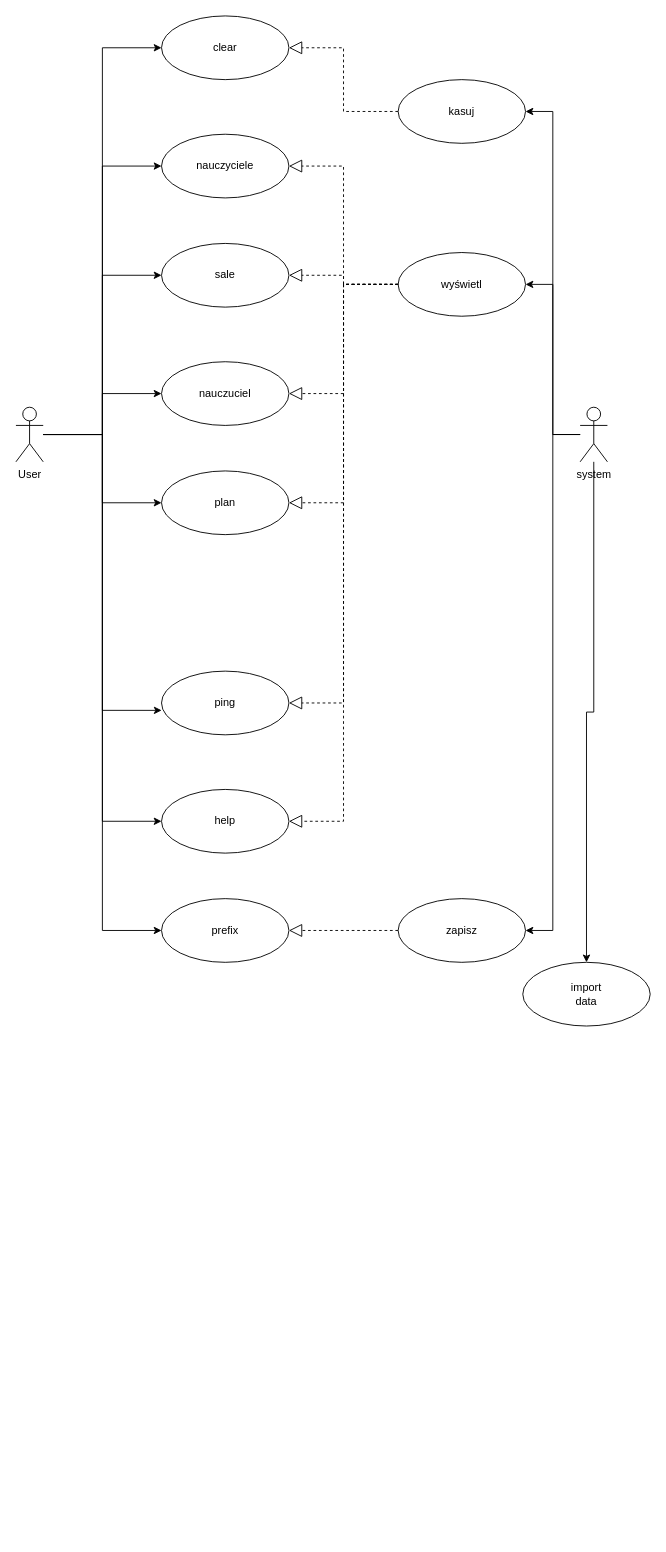
Earlier version of the draw.io diagram przypadki urzycia bota.drawio (Sadowski-Krystian/Discord-Bot-School-Project). Source tidied: cells renumbered, new cells numbered last; positions are measured from the earlier drawing's top-left corner, leaving out a move shared by most shapes. Both pictures are drawn from the tidied source at 91%, with x=0, y=0 at pixel (15, 15).
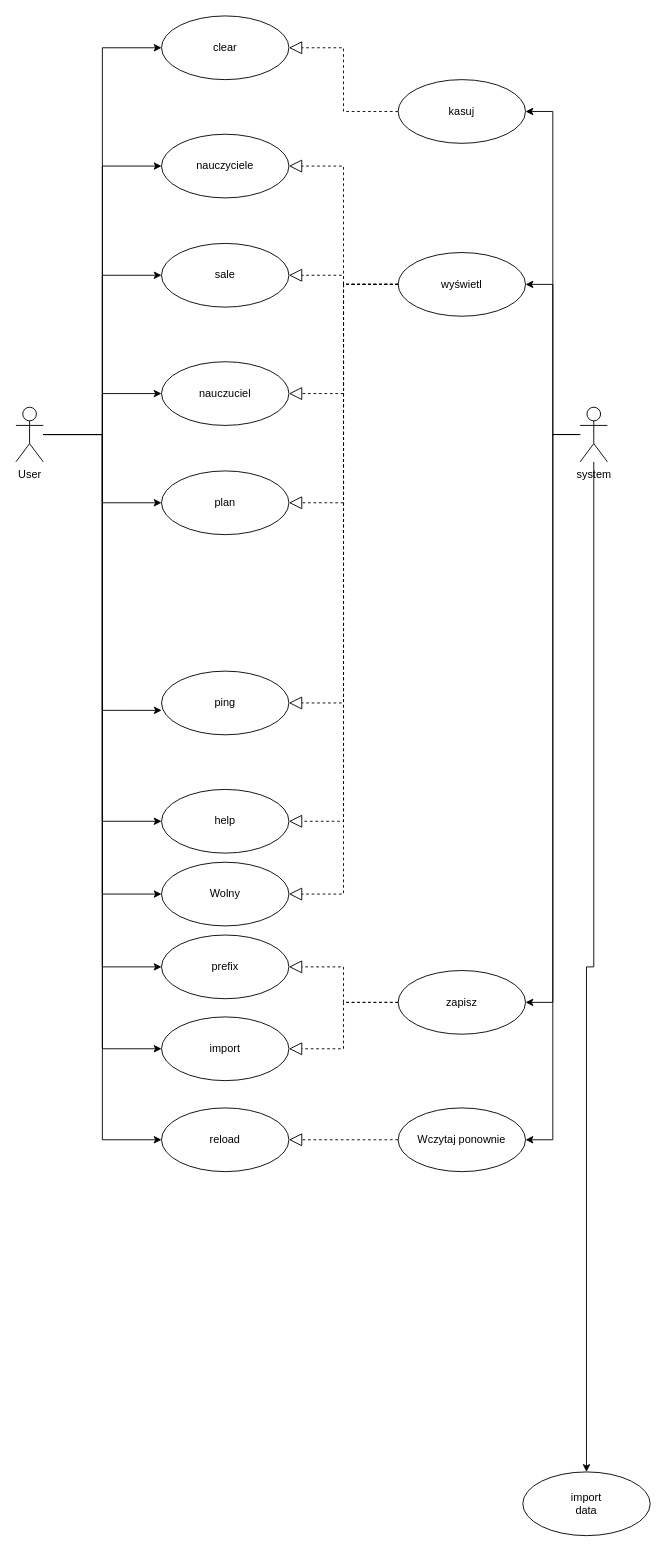
The same diagram, later.

The change refers to these unchanged cells:
```xml
<mxCell id="10" value="&lt;div&gt;User&lt;/div&gt;" style="shape=umlActor;verticalLabelPosition=bottom;verticalAlign=top;html=1;outlineConnect=0;" parent="1" vertex="1">
  <mxGeometry y="430" width="30" height="60" as="geometry" />
</mxCell>
<mxCell id="23" value="system" style="shape=umlActor;verticalLabelPosition=bottom;verticalAlign=top;html=1;" parent="1" vertex="1">
  <mxGeometry x="620" y="430" width="30" height="60" as="geometry" />
</mxCell>
<mxCell id="24" value="wyświetl" style="ellipse;whiteSpace=wrap;html=1;" parent="1" vertex="1">
  <mxGeometry x="420" y="260" width="140" height="70" as="geometry" />
</mxCell>
```

The edit, as a diff of the source:
```diff
@@
+    <mxCell id="36" style="edgeStyle=orthogonalEdgeStyle;rounded=0;jettySize=auto;html=1;entryX=0;entryY=0.5;entryDx=0;entryDy=0;" parent="1" edge="1" source="10" target="41">
+      <mxGeometry relative="1" as="geometry" />
+    </mxCell>
+    <mxCell id="37" style="edgeStyle=orthogonalEdgeStyle;rounded=0;jettySize=auto;html=1;entryX=0;entryY=0.5;entryDx=0;entryDy=0;" parent="1" edge="1" source="10" target="42">
+      <mxGeometry relative="1" as="geometry" />
+    </mxCell>
+    <mxCell id="38" style="edgeStyle=orthogonalEdgeStyle;rounded=0;jettySize=auto;html=1;entryX=0;entryY=0.5;entryDx=0;entryDy=0;" parent="1" edge="1" source="10" target="40">
+      <mxGeometry relative="1" as="geometry" />
+    </mxCell>
@@
     <mxCell id="11" value="&lt;div&gt;prefix&lt;/div&gt;" style="ellipse;whiteSpace=wrap;html=1;" parent="1" vertex="1">
-      <mxGeometry x="160" y="970" width="140" height="70" as="geometry" />
+      <mxGeometry x="160" y="1010" width="140" height="70" as="geometry" />
     </mxCell>
@@
+    <mxCell id="39" style="edgeStyle=orthogonalEdgeStyle;rounded=0;jettySize=auto;html=1;entryX=1;entryY=0.5;entryDx=0;entryDy=0;" parent="1" edge="1" source="23" target="45">
+      <mxGeometry relative="1" as="geometry" />
+    </mxCell>
@@
     <mxCell id="25" value="zapisz" style="ellipse;whiteSpace=wrap;html=1;" parent="1" vertex="1">
-      <mxGeometry x="420" y="970" width="140" height="70" as="geometry" />
+      <mxGeometry x="420" y="1049" width="140" height="70" as="geometry" />
     </mxCell>
@@
     <mxCell id="35" value="&lt;div&gt;import&lt;/div&gt;&lt;div&gt;data&lt;br&gt;&lt;/div&gt;" style="ellipse;whiteSpace=wrap;html=1;" parent="1" vertex="1">
-      <mxGeometry x="557" y="1040" width="140" height="70" as="geometry" />
+      <mxGeometry x="557" y="1600" width="140" height="70" as="geometry" />
     </mxCell>
+    <mxCell id="40" value="&lt;div&gt;Wolny&lt;/div&gt;" style="ellipse;whiteSpace=wrap;html=1;" parent="1" vertex="1">
+      <mxGeometry x="160" y="930" width="140" height="70" as="geometry" />
+    </mxCell>
+    <mxCell id="41" value="import" style="ellipse;whiteSpace=wrap;html=1;" parent="1" vertex="1">
+      <mxGeometry x="160" y="1100" width="140" height="70" as="geometry" />
+    </mxCell>
+    <mxCell id="42" value="&lt;div&gt;reload&lt;/div&gt;" style="ellipse;whiteSpace=wrap;html=1;" parent="1" vertex="1">
+      <mxGeometry x="160" y="1200" width="140" height="70" as="geometry" />
+    </mxCell>
+    <mxCell id="43" style="endArrow=block;dashed=1;endFill=0;endSize=12;html=1;rounded=0;entryX=1;entryY=0.5;entryDx=0;entryDy=0;edgeStyle=orthogonalEdgeStyle;exitX=0;exitY=0.5;exitDx=0;exitDy=0;" parent="1" edge="1" source="25" target="41">
+      <mxGeometry relative="1" as="geometry" />
+    </mxCell>
+    <mxCell id="44" style="endArrow=block;dashed=1;endFill=0;endSize=12;html=1;rounded=0;exitX=0;exitY=0.5;exitDx=0;exitDy=0;entryX=1;entryY=0.5;entryDx=0;entryDy=0;edgeStyle=orthogonalEdgeStyle;" parent="1" edge="1" source="24" target="40">
+      <mxGeometry relative="1" as="geometry" />
+    </mxCell>
+    <mxCell id="45" value="&lt;div&gt;Wczytaj ponownie&lt;/div&gt;" style="ellipse;whiteSpace=wrap;html=1;" parent="1" vertex="1">
+      <mxGeometry x="420" y="1200" width="140" height="70" as="geometry" />
+    </mxCell>
+    <mxCell id="46" style="endArrow=block;dashed=1;endFill=0;endSize=12;html=1;rounded=0;entryX=1;entryY=0.5;entryDx=0;entryDy=0;edgeStyle=orthogonalEdgeStyle;exitX=0;exitY=0.5;exitDx=0;exitDy=0;" parent="1" edge="1" source="45" target="42">
+      <mxGeometry relative="1" as="geometry" />
+    </mxCell>
```
